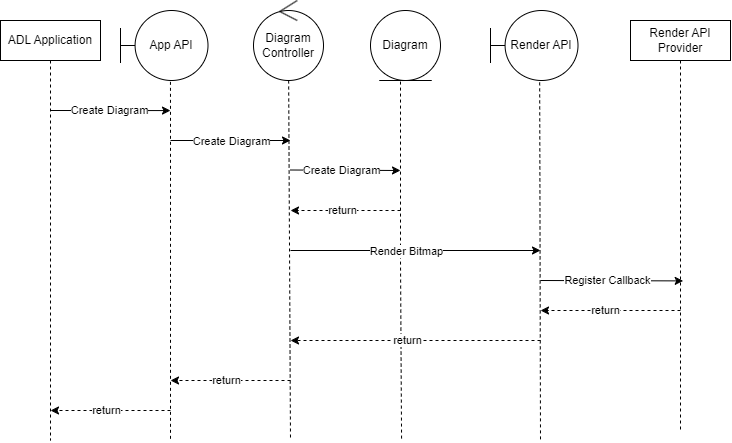
The draw.io diagram Create Diagram.drawio.png in phunm211/SW-Associate-Architecture, before a commit. Source tidied: cells renumbered, new cells last; positions are measured from the earlier drawing's top-left corner, leaving out a move shared by most shapes.
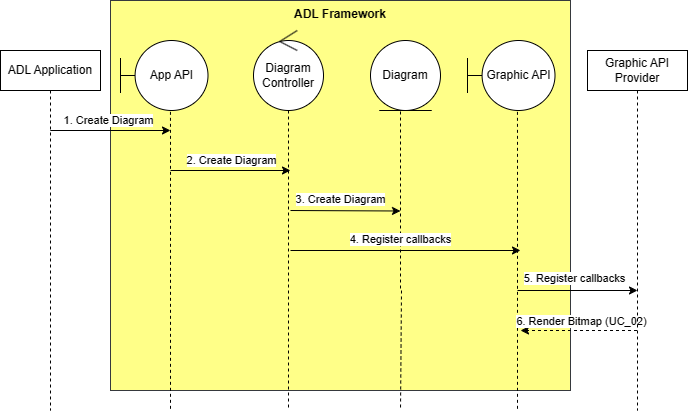
Later version of the same file.

Diff of the diagram source:
```diff
@@ -2,24 +2,37 @@
   <root>
     <mxCell id="0" />
     <mxCell id="1" parent="0" />
+    <mxCell id="32" value="&lt;b&gt;ADL Framework&lt;/b&gt;" style="rounded=0;whiteSpace=wrap;html=1;verticalAlign=top;fillColor=#ffff88;strokeColor=#36393d;" parent="1" vertex="1">
+      <mxGeometry x="110" y="-30" width="460" height="390" as="geometry" />
+    </mxCell>
+    <mxCell id="33" style="rounded=0;jettySize=auto;html=1;endArrow=none;endFill=0;dashed=1;exitX=0.571;exitY=1.019;exitDx=0;exitDy=0;exitPerimeter=0;" parent="1" edge="1" source="34">
+      <mxGeometry relative="1" as="geometry">
+        <mxPoint x="517" y="380" as="targetPoint" />
+        <Array as="points">
+          <mxPoint x="517" y="110" />
+        </Array>
+      </mxGeometry>
+    </mxCell>
     <mxCell id="2" style="edgeStyle=orthogonalEdgeStyle;rounded=0;orthogonalLoop=1;jettySize=auto;html=1;curved=0;" parent="1" edge="1">
       <mxGeometry relative="1" as="geometry">
-        <mxPoint x="49.8" y="110" as="sourcePoint" />
-        <mxPoint x="170" y="110" as="targetPoint" />
+        <mxPoint x="49.8" y="100" as="sourcePoint" />
+        <mxPoint x="170" y="100" as="targetPoint" />
         <Array as="points">
-          <mxPoint x="170" y="110" />
+          <mxPoint x="170" y="100" />
         </Array>
       </mxGeometry>
     </mxCell>
-    <mxCell id="3" value="Create Diagram" style="edgeLabel;html=1;align=center;verticalAlign=middle;" parent="2" vertex="1">
-      <mxGeometry x="-0.03" y="1" relative="1" as="geometry" />
+    <mxCell id="3" value="1. Create Diagram" style="edgeLabel;html=1;align=center;verticalAlign=middle;" parent="2" vertex="1">
+      <mxGeometry x="-0.03" y="1" relative="1" as="geometry">
+        <mxPoint y="-10" as="offset" />
+      </mxGeometry>
     </mxCell>
     <mxCell id="4" value="ADL Application" style="shape=umlLifeline;perimeter=lifelinePerimeter;whiteSpace=wrap;html=1;newEdgeStyle={&quot;curved&quot;:0,&quot;rounded&quot;:0};" parent="1" vertex="1">
-      <mxGeometry y="20" width="100" height="420" as="geometry" />
+      <mxGeometry y="20" width="100" height="360" as="geometry" />
     </mxCell>
     <mxCell id="5" style="rounded=0;jettySize=auto;html=1;dashed=1;endArrow=none;endFill=0;" parent="1" edge="1" source="6">
       <mxGeometry relative="1" as="geometry">
-        <mxPoint x="290" y="440" as="targetPoint" />
+        <mxPoint x="288" y="380" as="targetPoint" />
       </mxGeometry>
     </mxCell>
     <mxCell id="6" value="Diagram Controller" style="ellipse;shape=umlControl;whiteSpace=wrap;html=1;" parent="1" vertex="1">
@@ -27,7 +40,7 @@
     </mxCell>
     <mxCell id="7" style="rounded=0;jettySize=auto;html=1;endArrow=none;endFill=0;dashed=1;exitX=0.571;exitY=1.019;exitDx=0;exitDy=0;exitPerimeter=0;" parent="1" edge="1" source="8">
       <mxGeometry relative="1" as="geometry">
-        <mxPoint x="170" y="440" as="targetPoint" />
+        <mxPoint x="170" y="380" as="targetPoint" />
         <Array as="points">
           <mxPoint x="170" y="110" />
         </Array>
@@ -39,7 +52,7 @@
     <mxCell id="9" style="edgeStyle=orthogonalEdgeStyle;rounded=0;orthogonalLoop=1;jettySize=auto;html=1;exitX=0.5;exitY=1;exitDx=0;exitDy=0;dashed=1;endArrow=none;endFill=0;" parent="1" edge="1">
       <mxGeometry relative="1" as="geometry">
         <mxPoint x="405" y="80" as="sourcePoint" />
-        <mxPoint x="400" y="440" as="targetPoint" />
+        <mxPoint x="400" y="380" as="targetPoint" />
         <Array as="points">
           <mxPoint x="400" y="80" />
           <mxPoint x="400" y="260" />
@@ -50,103 +63,67 @@
     <mxCell id="10" value="Diagram" style="ellipse;shape=umlEntity;whiteSpace=wrap;html=1;" parent="1" vertex="1">
       <mxGeometry x="370" y="10" width="70" height="70" as="geometry" />
     </mxCell>
-    <mxCell id="11" style="rounded=0;jettySize=auto;html=1;endArrow=none;endFill=0;dashed=1;exitX=0.562;exitY=1.027;exitDx=0;exitDy=0;exitPerimeter=0;" parent="1" edge="1" source="12">
-      <mxGeometry relative="1" as="geometry">
-        <mxPoint x="540" y="440" as="targetPoint" />
-      </mxGeometry>
-    </mxCell>
-    <mxCell id="12" value="Render API" style="shape=umlBoundary;whiteSpace=wrap;html=1;" parent="1" vertex="1">
-      <mxGeometry x="490" y="10" width="87.5" height="70" as="geometry" />
-    </mxCell>
-    <mxCell id="13" value="Render API Provider" style="shape=umlLifeline;perimeter=lifelinePerimeter;whiteSpace=wrap;html=1;newEdgeStyle={&quot;curved&quot;:0,&quot;rounded&quot;:0};" parent="1" vertex="1">
-      <mxGeometry x="630" y="20" width="100" height="410" as="geometry" />
-    </mxCell>
     <mxCell id="14" style="endArrow=classic;html=1;rounded=0;" parent="1" edge="1">
       <mxGeometry relative="1" as="geometry">
         <mxPoint x="170" y="140" as="sourcePoint" />
         <mxPoint x="290" y="140" as="targetPoint" />
       </mxGeometry>
     </mxCell>
-    <mxCell id="15" value="Create Diagram" style="edgeLabel;html=1;align=center;verticalAlign=middle;" parent="1" vertex="1">
-      <mxGeometry x="230" y="140" as="geometry" />
+    <mxCell id="15" value="2. Create Diagram" style="edgeLabel;html=1;align=center;verticalAlign=middle;" parent="1" vertex="1">
+      <mxGeometry x="230" y="129" as="geometry" />
     </mxCell>
     <mxCell id="16" style="endArrow=classic;html=1;rounded=0;" parent="1" edge="1">
       <mxGeometry relative="1" as="geometry">
-        <mxPoint x="290" y="169.5" as="sourcePoint" />
-        <mxPoint x="400" y="170" as="targetPoint" />
+        <mxPoint x="290" y="180" as="sourcePoint" />
+        <mxPoint x="400" y="180.5" as="targetPoint" />
       </mxGeometry>
     </mxCell>
-    <mxCell id="17" value="Create Diagram" style="edgeLabel;html=1;align=center;verticalAlign=middle;" parent="16" vertex="1">
+    <mxCell id="17" value="3. Create Diagram" style="edgeLabel;html=1;align=center;verticalAlign=middle;" parent="16" vertex="1">
       <mxGeometry x="-0.33" y="-1" relative="1" as="geometry">
-        <mxPoint x="13" y="-1" as="offset" />
+        <mxPoint x="13" y="-13" as="offset" />
       </mxGeometry>
     </mxCell>
-    <mxCell id="18" style="endArrow=classic;html=1;rounded=0;dashed=1;" parent="1" edge="1">
-      <mxGeometry relative="1" as="geometry">
-        <mxPoint x="400" y="210" as="sourcePoint" />
-        <mxPoint x="290" y="210" as="targetPoint" />
-      </mxGeometry>
-    </mxCell>
-    <mxCell id="19" value="return" style="edgeLabel;html=1;align=center;verticalAlign=middle;" parent="18" vertex="1">
-      <mxGeometry x="0.07" y="-1" relative="1" as="geometry" />
-    </mxCell>
-    <mxCell id="20" style="endArrow=classic;html=1;rounded=0;" parent="1" edge="1">
+    <mxCell id="20" style="endArrow=classic;html=1;rounded=0;edgeStyle=orthogonalEdgeStyle;dashed=1;" parent="1" edge="1" source="35">
       <mxGeometry relative="1" as="geometry">
-        <mxPoint x="290" y="250" as="sourcePoint" />
-        <mxPoint x="540" y="250" as="targetPoint" />
+        <mxPoint x="520" y="300" as="targetPoint" />
+        <Array as="points">
+          <mxPoint x="570" y="300" />
+          <mxPoint x="570" y="300" />
+        </Array>
       </mxGeometry>
     </mxCell>
-    <mxCell id="21" value="Render Bitmap" style="edgeLabel;html=1;align=center;verticalAlign=middle;" parent="20" vertex="1">
+    <mxCell id="21" value="6. Render Bitmap (UC_02)" style="edgeLabel;html=1;align=center;verticalAlign=middle;" parent="20" vertex="1">
       <mxGeometry x="-0.33" y="-1" relative="1" as="geometry">
-        <mxPoint x="32" y="-1" as="offset" />
+        <mxPoint x="-17" y="-9" as="offset" />
       </mxGeometry>
     </mxCell>
-    <mxCell id="22" style="endArrow=classic;html=1;rounded=0;entryX=0.527;entryY=0.838;entryDx=0;entryDy=0;entryPerimeter=0;" parent="1" edge="1">
-      <mxGeometry relative="1" as="geometry">
-        <mxPoint x="540" y="280" as="sourcePoint" />
-        <mxPoint x="682.7" y="280.4" as="targetPoint" />
-      </mxGeometry>
-    </mxCell>
-    <mxCell id="23" value="Register Callback" style="edgeLabel;html=1;align=center;verticalAlign=middle;" parent="22" vertex="1">
-      <mxGeometry x="-0.36" y="1" relative="1" as="geometry">
-        <mxPoint x="20" as="offset" />
-      </mxGeometry>
-    </mxCell>
-    <mxCell id="24" style="endArrow=classic;html=1;rounded=0;dashed=1;" parent="1" edge="1">
-      <mxGeometry relative="1" as="geometry">
-        <mxPoint x="680" y="310" as="sourcePoint" />
-        <mxPoint x="540" y="310" as="targetPoint" />
-      </mxGeometry>
-    </mxCell>
-    <mxCell id="25" value="return" style="edgeLabel;html=1;align=center;verticalAlign=middle;" parent="24" vertex="1">
-      <mxGeometry x="0.07" y="-1" relative="1" as="geometry" />
-    </mxCell>
-    <mxCell id="26" style="endArrow=classic;html=1;rounded=0;dashed=1;" parent="1" edge="1">
-      <mxGeometry relative="1" as="geometry">
-        <mxPoint x="540" y="340" as="sourcePoint" />
-        <mxPoint x="290" y="340" as="targetPoint" />
-      </mxGeometry>
-    </mxCell>
-    <mxCell id="27" value="return" style="edgeLabel;html=1;align=center;verticalAlign=middle;" parent="26" vertex="1">
-      <mxGeometry x="0.07" y="-1" relative="1" as="geometry" />
-    </mxCell>
-    <mxCell id="28" style="endArrow=classic;html=1;rounded=0;dashed=1;" parent="1" edge="1">
-      <mxGeometry relative="1" as="geometry">
-        <mxPoint x="290" y="380" as="sourcePoint" />
-        <mxPoint x="170" y="380" as="targetPoint" />
-      </mxGeometry>
-    </mxCell>
-    <mxCell id="29" value="return" style="edgeLabel;html=1;align=center;verticalAlign=middle;" parent="28" vertex="1">
-      <mxGeometry x="0.07" y="-1" relative="1" as="geometry" />
-    </mxCell>
-    <mxCell id="30" style="endArrow=classic;html=1;rounded=0;dashed=1;" parent="1" edge="1">
-      <mxGeometry relative="1" as="geometry">
-        <mxPoint x="170" y="410" as="sourcePoint" />
-        <mxPoint x="50" y="410" as="targetPoint" />
-      </mxGeometry>
-    </mxCell>
-    <mxCell id="31" value="return" style="edgeLabel;html=1;align=center;verticalAlign=middle;" parent="30" vertex="1">
-      <mxGeometry x="0.07" y="-1" relative="1" as="geometry" />
-    </mxCell>
+    <mxCell id="34" value="Graphic API" style="shape=umlBoundary;whiteSpace=wrap;html=1;" parent="1" vertex="1">
+      <mxGeometry x="467" y="10" width="87.5" height="70" as="geometry" />
+    </mxCell>
+    <mxCell id="35" value="Graphic API Provider" style="shape=umlLifeline;perimeter=lifelinePerimeter;whiteSpace=wrap;html=1;outlineConnect=0;portConstraint=eastwest;newEdgeStyle={&quot;curved&quot;:0,&quot;rounded&quot;:0};" parent="1" vertex="1">
+      <mxGeometry x="587" y="20" width="100" height="360" as="geometry" />
+    </mxCell>
+    <mxCell id="36" style="endArrow=classic;html=1;rounded=0;" parent="1" edge="1">
+      <mxGeometry relative="1" as="geometry">
+        <mxPoint x="290" y="220" as="sourcePoint" />
+        <mxPoint x="520" y="220" as="targetPoint" />
+      </mxGeometry>
+    </mxCell>
+    <mxCell id="37" value="4. Register callbacks" style="edgeLabel;html=1;align=center;verticalAlign=middle;" parent="36" vertex="1">
+      <mxGeometry x="0.28" y="2" relative="1" as="geometry">
+        <mxPoint x="-38" y="-10" as="offset" />
+      </mxGeometry>
+    </mxCell>
+    <mxCell id="38" style="endArrow=classic;html=1;rounded=0;" parent="1" edge="1">
+      <mxGeometry relative="1" as="geometry">
+        <mxPoint x="517" y="260" as="sourcePoint" />
+        <mxPoint x="637" y="260" as="targetPoint" />
+      </mxGeometry>
+    </mxCell>
+    <mxCell id="39" value="5. Register callbacks" style="edgeLabel;html=1;align=center;verticalAlign=middle;" parent="38" vertex="1">
+      <mxGeometry x="0.28" y="2" relative="1" as="geometry">
+        <mxPoint x="-21" y="-11" as="offset" />
+      </mxGeometry>
+    </mxCell>
   </root>
 </mxGraphModel>
```
